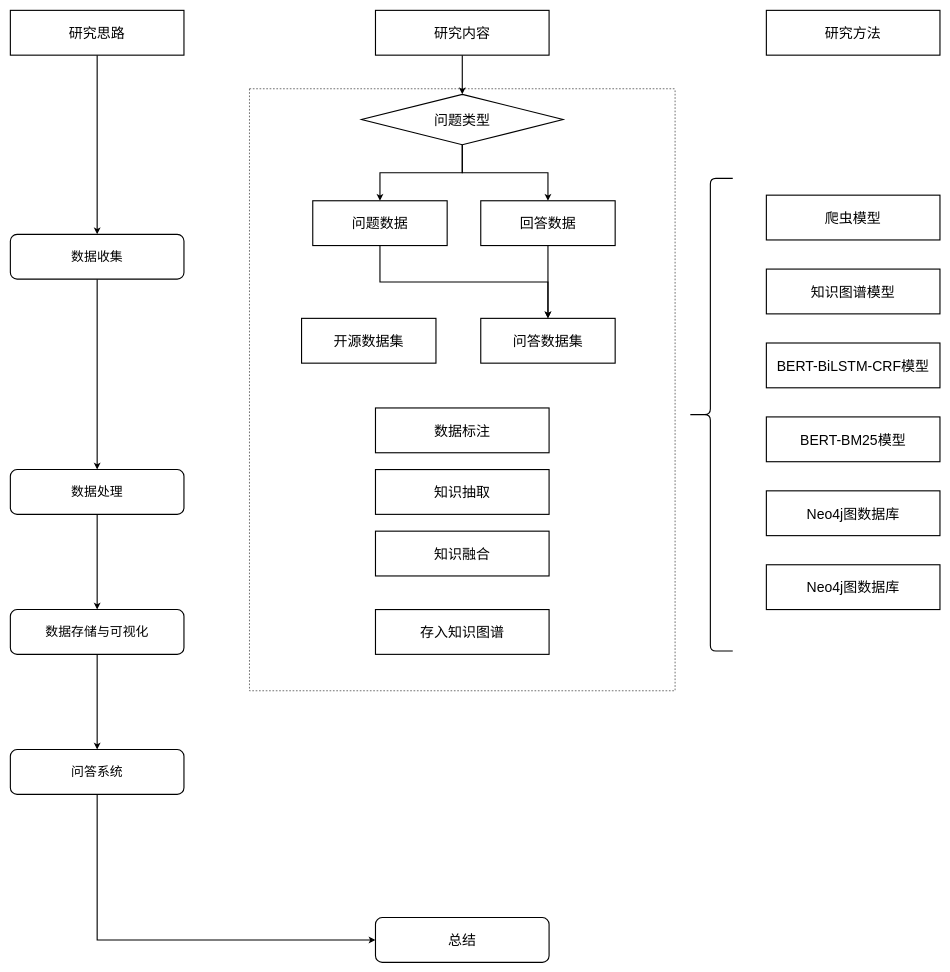
This is 技术路线图.drawio from zyaaagit/s-case, a draw.io file, before an edit. Source tidied: cells renumbered, new cells numbered last; positions are measured from the earlier drawing's top-left corner, leaving out a move shared by most shapes. Both pictures are drawn from the tidied source at 56%, with x=0, y=0 at pixel (10, 10).
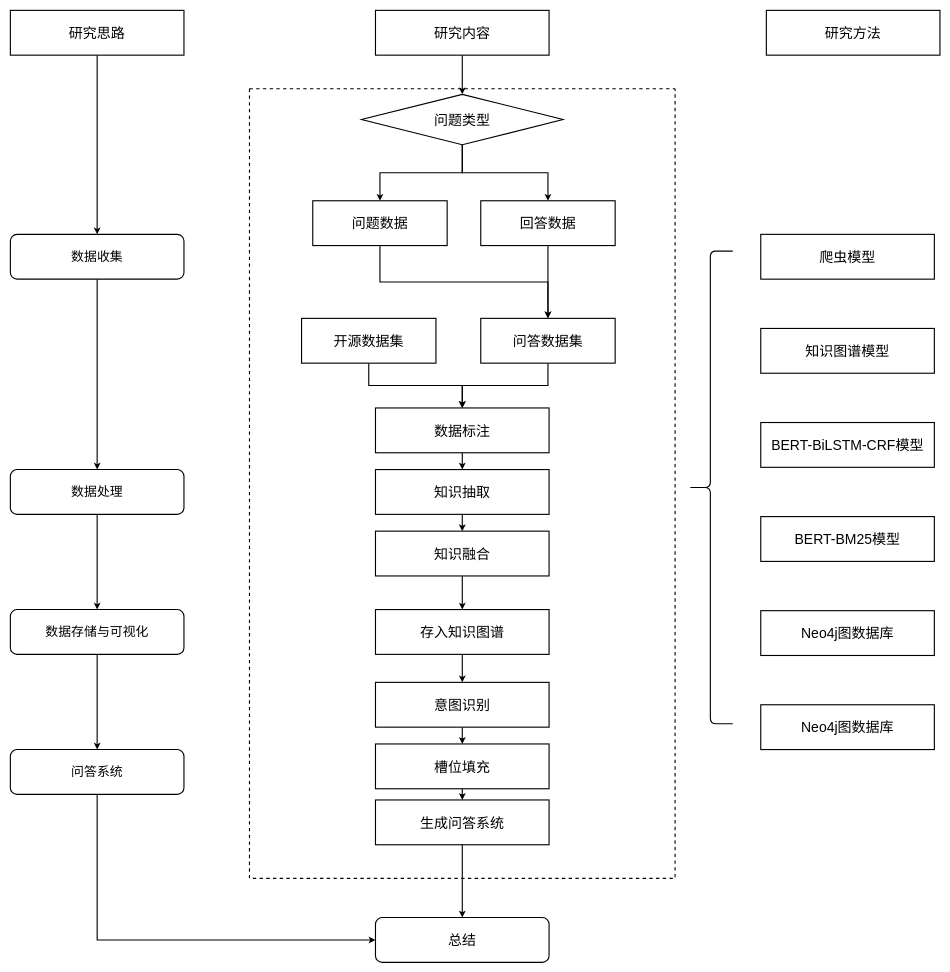
The same page after the edit.

Commit message (it also covers changes not shown here):
更新技术路线图.drawio

The change refers to these unchanged cells:
```xml
<mxCell id="26" value="&lt;font style=&quot;font-size: 25px;&quot;&gt;问答数据集&lt;/font&gt;" style="rounded=0;whiteSpace=wrap;html=1;strokeWidth=2;" parent="1" vertex="1">
  <mxGeometry x="840" y="550" width="240" height="80" as="geometry" />
</mxCell>
<mxCell id="27" value="&lt;font style=&quot;font-size: 25px;&quot;&gt;开源数据集&lt;/font&gt;" style="rounded=0;whiteSpace=wrap;html=1;strokeWidth=2;" parent="1" vertex="1">
  <mxGeometry x="520" y="550" width="240" height="80" as="geometry" />
</mxCell>
<mxCell id="28" value="&lt;font style=&quot;font-size: 25px;&quot;&gt;数据标注&lt;/font&gt;" style="rounded=0;whiteSpace=wrap;html=1;strokeWidth=2;" parent="1" vertex="1">
  <mxGeometry x="652" y="710" width="310" height="80" as="geometry" />
</mxCell>
<mxCell id="29" value="&lt;span style=&quot;font-size: 25px;&quot;&gt;知识抽取&lt;/span&gt;" style="rounded=0;whiteSpace=wrap;html=1;strokeWidth=2;" parent="1" vertex="1">
  <mxGeometry x="652" y="820" width="310" height="80" as="geometry" />
</mxCell>
<mxCell id="30" value="&lt;span style=&quot;font-size: 25px;&quot;&gt;知识融合&lt;/span&gt;" style="rounded=0;whiteSpace=wrap;html=1;strokeWidth=2;" parent="1" vertex="1">
  <mxGeometry x="652" y="930" width="310" height="80" as="geometry" />
</mxCell>
<mxCell id="31" value="&lt;span style=&quot;font-size: 25px;&quot;&gt;存入知识图谱&lt;/span&gt;" style="rounded=0;whiteSpace=wrap;html=1;strokeWidth=2;" parent="1" vertex="1">
  <mxGeometry x="652" y="1070" width="310" height="80" as="geometry" />
</mxCell>
<mxCell id="32" value="&lt;span style=&quot;font-size: 25px;&quot;&gt;总结&lt;/span&gt;" style="rounded=1;whiteSpace=wrap;html=1;strokeWidth=2;" parent="1" vertex="1">
  <mxGeometry x="652" y="1620" width="310" height="80" as="geometry" />
</mxCell>
```

Diff of the diagram source:
```diff
@@
     <mxCell id="7" value="&lt;font style=&quot;font-size: 25px;&quot;&gt;BERT-BiLSTM-CRF模型&lt;/font&gt;" style="rounded=0;whiteSpace=wrap;html=1;strokeWidth=2;" parent="1" vertex="1">
-      <mxGeometry x="1350" y="594" width="310" height="80" as="geometry" />
+      <mxGeometry x="1340" y="736" width="310" height="80" as="geometry" />
     </mxCell>
     <mxCell id="8" value="&lt;font style=&quot;font-size: 25px;&quot;&gt;知识图谱模型&lt;/font&gt;" style="rounded=0;whiteSpace=wrap;html=1;strokeWidth=2;" parent="1" vertex="1">
-      <mxGeometry x="1350" y="462" width="310" height="80" as="geometry" />
+      <mxGeometry x="1340" y="568" width="310" height="80" as="geometry" />
     </mxCell>
     <mxCell id="9" value="&lt;font style=&quot;font-size: 25px;&quot;&gt;BERT-BM25模型&lt;/font&gt;" style="rounded=0;whiteSpace=wrap;html=1;strokeWidth=2;" parent="1" vertex="1">
-      <mxGeometry x="1350" y="726" width="310" height="80" as="geometry" />
+      <mxGeometry x="1340" y="904" width="310" height="80" as="geometry" />
     </mxCell>
     <mxCell id="10" value="&lt;font style=&quot;font-size: 25px;&quot;&gt;爬虫模型&lt;/font&gt;" style="rounded=0;whiteSpace=wrap;html=1;strokeWidth=2;" parent="1" vertex="1">
-      <mxGeometry x="1350" y="330" width="310" height="80" as="geometry" />
+      <mxGeometry x="1340" y="400" width="310" height="80" as="geometry" />
     </mxCell>
@@
+    <mxCell id="37" style="edgeStyle=orthogonalEdgeStyle;rounded=0;jettySize=auto;html=1;exitX=0.5;exitY=1;exitDx=0;exitDy=0;entryX=0.5;entryY=0;entryDx=0;entryDy=0;strokeWidth=2;" parent="1" edge="1" source="26" target="28">
+      <mxGeometry relative="1" as="geometry" />
+    </mxCell>
@@
+    <mxCell id="38" style="edgeStyle=orthogonalEdgeStyle;rounded=0;jettySize=auto;html=1;exitX=0.5;exitY=1;exitDx=0;exitDy=0;entryX=0.5;entryY=0;entryDx=0;entryDy=0;strokeWidth=2;" parent="1" edge="1" source="27" target="28">
+      <mxGeometry relative="1" as="geometry" />
+    </mxCell>
@@
+    <mxCell id="39" style="edgeStyle=orthogonalEdgeStyle;rounded=0;jettySize=auto;html=1;exitX=0.5;exitY=1;exitDx=0;exitDy=0;entryX=0.5;entryY=0;entryDx=0;entryDy=0;strokeWidth=2;" parent="1" edge="1" source="28" target="29">
+      <mxGeometry relative="1" as="geometry" />
+    </mxCell>
@@
+    <mxCell id="40" style="edgeStyle=orthogonalEdgeStyle;rounded=0;jettySize=auto;html=1;exitX=0.5;exitY=1;exitDx=0;exitDy=0;entryX=0.5;entryY=0;entryDx=0;entryDy=0;strokeWidth=2;" parent="1" edge="1" source="29" target="30">
+      <mxGeometry relative="1" as="geometry" />
+    </mxCell>
@@
+    <mxCell id="41" style="edgeStyle=orthogonalEdgeStyle;rounded=0;jettySize=auto;html=1;exitX=0.5;exitY=1;exitDx=0;exitDy=0;entryX=0.5;entryY=0;entryDx=0;entryDy=0;strokeWidth=2;" parent="1" edge="1" source="30" target="31">
+      <mxGeometry relative="1" as="geometry" />
+    </mxCell>
@@
+    <mxCell id="42" style="edgeStyle=orthogonalEdgeStyle;rounded=0;jettySize=auto;html=1;exitX=0.5;exitY=1;exitDx=0;exitDy=0;entryX=0.5;entryY=0;entryDx=0;entryDy=0;strokeWidth=2;" parent="1" edge="1" source="31" target="44">
+      <mxGeometry relative="1" as="geometry" />
+    </mxCell>
@@
     <mxCell id="33" value="&lt;font style=&quot;font-size: 25px;&quot;&gt;Neo4j图数据库&lt;/font&gt;" style="rounded=0;whiteSpace=wrap;html=1;strokeWidth=2;" parent="1" vertex="1">
-      <mxGeometry x="1350" y="858" width="310" height="80" as="geometry" />
+      <mxGeometry x="1340" y="1072" width="310" height="80" as="geometry" />
     </mxCell>
     <mxCell id="34" value="&lt;font style=&quot;font-size: 25px;&quot;&gt;Neo4j图数据库&lt;/font&gt;" style="rounded=0;whiteSpace=wrap;html=1;strokeWidth=2;" parent="1" vertex="1">
-      <mxGeometry x="1350" y="990" width="310" height="80" as="geometry" />
+      <mxGeometry x="1340" y="1240" width="310" height="80" as="geometry" />
     </mxCell>
-    <mxCell id="35" style="swimlane;startSize=0;dashed=1;" parent="1" vertex="1">
-      <mxGeometry x="427" y="140" width="760" height="1075" as="geometry" />
+    <mxCell id="35" style="swimlane;startSize=0;dashed=1;strokeWidth=2;" parent="1" vertex="1">
+      <mxGeometry x="427" y="140" width="760" height="1410" as="geometry" />
     </mxCell>
+    <mxCell id="43" style="edgeStyle=orthogonalEdgeStyle;rounded=0;jettySize=auto;html=1;exitX=0.5;exitY=1;exitDx=0;exitDy=0;entryX=0.5;entryY=0;entryDx=0;entryDy=0;strokeWidth=2;" parent="35" edge="1" source="44" target="46">
+      <mxGeometry relative="1" as="geometry" />
+    </mxCell>
+    <mxCell id="44" value="&lt;span style=&quot;font-size: 25px;&quot;&gt;意图识别&lt;/span&gt;" style="rounded=0;whiteSpace=wrap;html=1;strokeWidth=2;" parent="35" vertex="1">
+      <mxGeometry x="225" y="1060" width="310" height="80" as="geometry" />
+    </mxCell>
+    <mxCell id="45" style="edgeStyle=orthogonalEdgeStyle;rounded=0;jettySize=auto;html=1;exitX=0.5;exitY=1;exitDx=0;exitDy=0;entryX=0.5;entryY=0;entryDx=0;entryDy=0;strokeWidth=2;" parent="35" edge="1" source="46" target="47">
+      <mxGeometry relative="1" as="geometry" />
+    </mxCell>
+    <mxCell id="46" value="&lt;span style=&quot;font-size: 25px;&quot;&gt;槽位填充&lt;/span&gt;" style="rounded=0;whiteSpace=wrap;html=1;strokeWidth=2;" parent="35" vertex="1">
+      <mxGeometry x="225" y="1170" width="310" height="80" as="geometry" />
+    </mxCell>
+    <mxCell id="47" value="&lt;span style=&quot;font-size: 25px;&quot;&gt;生成问答系统&lt;/span&gt;" style="rounded=0;whiteSpace=wrap;html=1;strokeWidth=2;" parent="35" vertex="1">
+      <mxGeometry x="225" y="1270" width="310" height="80" as="geometry" />
+    </mxCell>
     <mxCell id="36" style="shape=curlyBracket;whiteSpace=wrap;html=1;rounded=1;labelPosition=left;verticalLabelPosition=middle;align=right;verticalAlign=middle;strokeWidth=2;" parent="1" vertex="1">
-      <mxGeometry x="1210" y="300" width="80" height="844" as="geometry" />
+      <mxGeometry x="1210" y="430" width="80" height="844" as="geometry" />
     </mxCell>
+    <mxCell id="48" style="edgeStyle=orthogonalEdgeStyle;rounded=0;jettySize=auto;html=1;exitX=0.5;exitY=1;exitDx=0;exitDy=0;strokeWidth=2;" parent="1" edge="1" source="47" target="32">
+      <mxGeometry relative="1" as="geometry" />
+    </mxCell>
```
